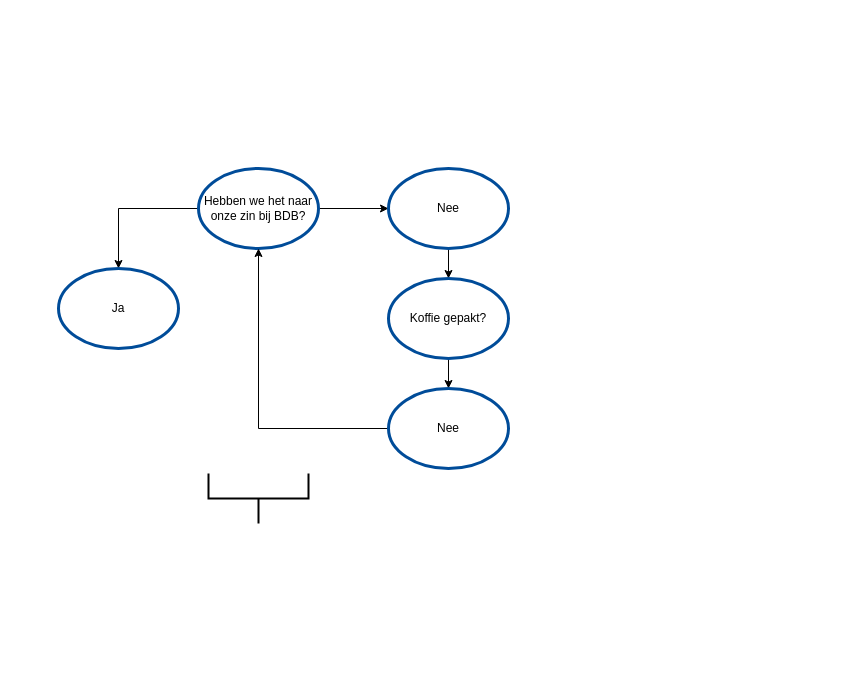
This is BDB.drawio from wieberinsma/bdb-drawio, a draw.io file, before an edit. Source tidied: cells renumbered, new cells numbered last; positions are measured from the earlier drawing's top-left corner, leaving out a move shared by most shapes. Both pictures are drawn from the tidied source at 100%, with x=0, y=0 at pixel (58, 168).
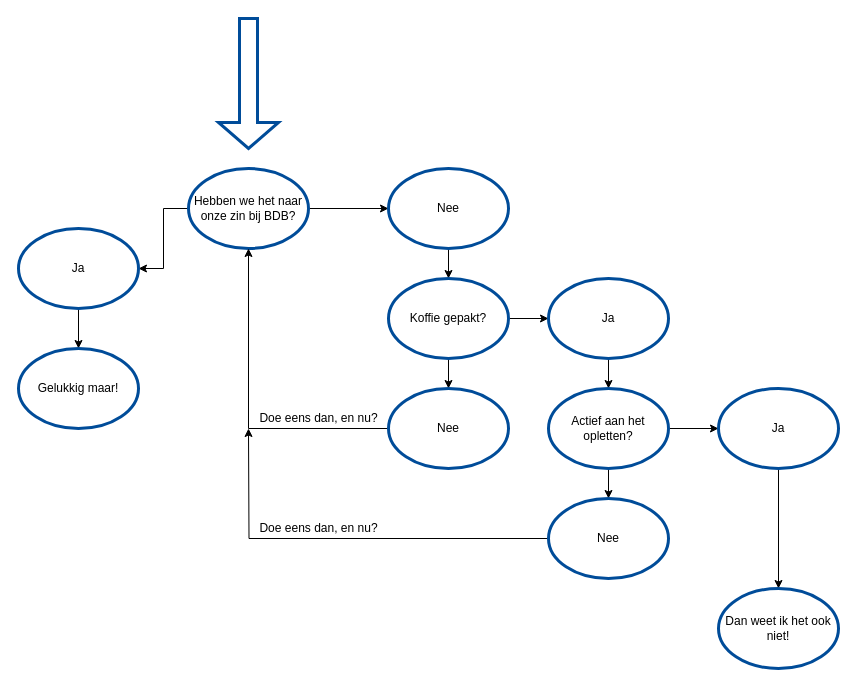
After the change.

The change refers to these unchanged cells:
```xml
<mxCell id="9" value="Koffie gepakt?" style="ellipse;whiteSpace=wrap;html=1;strokeColor=#004C99;strokeWidth=3;gradientColor=none;" parent="1" vertex="1">
  <mxGeometry x="330" y="110" width="120" height="80" as="geometry" />
</mxCell>
```

Change to the diagram source:
```diff
@@
     <mxCell id="4" value="&lt;div&gt;Hebben we het naar onze zin bij BDB?&lt;/div&gt;" style="ellipse;whiteSpace=wrap;html=1;strokeColor=#004C99;strokeWidth=3;gradientColor=none;" parent="1" vertex="1">
-      <mxGeometry x="140" width="120" height="80" as="geometry" />
+      <mxGeometry x="130" width="120" height="80" as="geometry" />
     </mxCell>
+    <mxCell id="13" style="edgeStyle=orthogonalEdgeStyle;rounded=0;jettySize=auto;html=1;" parent="1" edge="1" source="5" target="16">
+      <mxGeometry relative="1" as="geometry" />
+    </mxCell>
     <mxCell id="5" value="Ja" style="ellipse;whiteSpace=wrap;html=1;strokeColor=#004C99;strokeWidth=3;gradientColor=none;" parent="1" vertex="1">
-      <mxGeometry y="100" width="120" height="80" as="geometry" />
+      <mxGeometry x="-40" y="60" width="120" height="80" as="geometry" />
     </mxCell>
@@
+    <mxCell id="14" style="edgeStyle=orthogonalEdgeStyle;rounded=0;jettySize=auto;html=1;" parent="1" edge="1" source="9" target="18">
+      <mxGeometry relative="1" as="geometry" />
+    </mxCell>
@@
-    <mxCell id="12" style="strokeWidth=2;html=1;shape=mxgraph.flowchart.annotation_2;align=left;labelPosition=right;gradientColor=none;rotation=-90;" parent="1" vertex="1">
-      <mxGeometry x="175" y="280" width="50" height="100" as="geometry" />
-    </mxCell>
+    <mxCell id="15" value="&lt;div&gt;Doe eens dan, en nu?&lt;/div&gt;" style="text;html=1;align=center;verticalAlign=middle;fillColor=none;strokeColor=none;rounded=0;" parent="1" vertex="1">
+      <mxGeometry x="190" y="240" width="140" height="20" as="geometry" />
+    </mxCell>
+    <mxCell id="16" value="&lt;div&gt;Gelukkig maar!&lt;/div&gt;" style="ellipse;whiteSpace=wrap;html=1;strokeColor=#004C99;strokeWidth=3;gradientColor=none;" parent="1" vertex="1">
+      <mxGeometry x="-40" y="180" width="120" height="80" as="geometry" />
+    </mxCell>
+    <mxCell id="17" style="edgeStyle=orthogonalEdgeStyle;rounded=0;jettySize=auto;html=1;" parent="1" edge="1" source="18" target="21">
+      <mxGeometry relative="1" as="geometry" />
+    </mxCell>
+    <mxCell id="18" value="Ja" style="ellipse;whiteSpace=wrap;html=1;strokeColor=#004C99;strokeWidth=3;gradientColor=none;" parent="1" vertex="1">
+      <mxGeometry x="490" y="110" width="120" height="80" as="geometry" />
+    </mxCell>
+    <mxCell id="19" style="edgeStyle=orthogonalEdgeStyle;rounded=0;jettySize=auto;html=1;" parent="1" edge="1" source="21" target="23">
+      <mxGeometry relative="1" as="geometry" />
+    </mxCell>
+    <mxCell id="20" style="edgeStyle=orthogonalEdgeStyle;rounded=0;jettySize=auto;html=1;" parent="1" edge="1" source="21" target="26">
+      <mxGeometry relative="1" as="geometry" />
+    </mxCell>
+    <mxCell id="21" value="&lt;div&gt;Actief aan het opletten?&lt;/div&gt;" style="ellipse;whiteSpace=wrap;html=1;strokeColor=#004C99;strokeWidth=3;gradientColor=none;" parent="1" vertex="1">
+      <mxGeometry x="490" y="220" width="120" height="80" as="geometry" />
+    </mxCell>
+    <mxCell id="22" style="edgeStyle=orthogonalEdgeStyle;rounded=0;jettySize=auto;html=1;" parent="1" edge="1" source="23" target="28">
+      <mxGeometry relative="1" as="geometry" />
+    </mxCell>
+    <mxCell id="23" value="Ja" style="ellipse;whiteSpace=wrap;html=1;strokeColor=#004C99;strokeWidth=3;gradientColor=none;" parent="1" vertex="1">
+      <mxGeometry x="660" y="220" width="120" height="80" as="geometry" />
+    </mxCell>
+    <mxCell id="24" style="shape=singleArrow;direction=south;whiteSpace=wrap;html=1;strokeColor=#004C99;strokeWidth=3;gradientColor=none;" parent="1" vertex="1">
+      <mxGeometry x="160" y="-150" width="60" height="130" as="geometry" />
+    </mxCell>
+    <mxCell id="25" style="edgeStyle=orthogonalEdgeStyle;rounded=0;jettySize=auto;html=1;" parent="1" edge="1" source="26">
+      <mxGeometry relative="1" as="geometry">
+        <mxPoint x="190" y="260" as="targetPoint" />
+      </mxGeometry>
+    </mxCell>
+    <mxCell id="26" value="Nee" style="ellipse;whiteSpace=wrap;html=1;strokeColor=#004C99;strokeWidth=3;gradientColor=none;" parent="1" vertex="1">
+      <mxGeometry x="490" y="330" width="120" height="80" as="geometry" />
+    </mxCell>
+    <mxCell id="27" value="&lt;div&gt;Doe eens dan, en nu?&lt;/div&gt;" style="text;html=1;align=center;verticalAlign=middle;fillColor=none;strokeColor=none;rounded=0;" parent="1" vertex="1">
+      <mxGeometry x="190" y="350" width="140" height="20" as="geometry" />
+    </mxCell>
+    <mxCell id="28" value="Dan weet ik het ook niet!" style="ellipse;whiteSpace=wrap;html=1;strokeColor=#004C99;strokeWidth=3;gradientColor=none;" parent="1" vertex="1">
+      <mxGeometry x="660" y="420" width="120" height="80" as="geometry" />
+    </mxCell>
```
